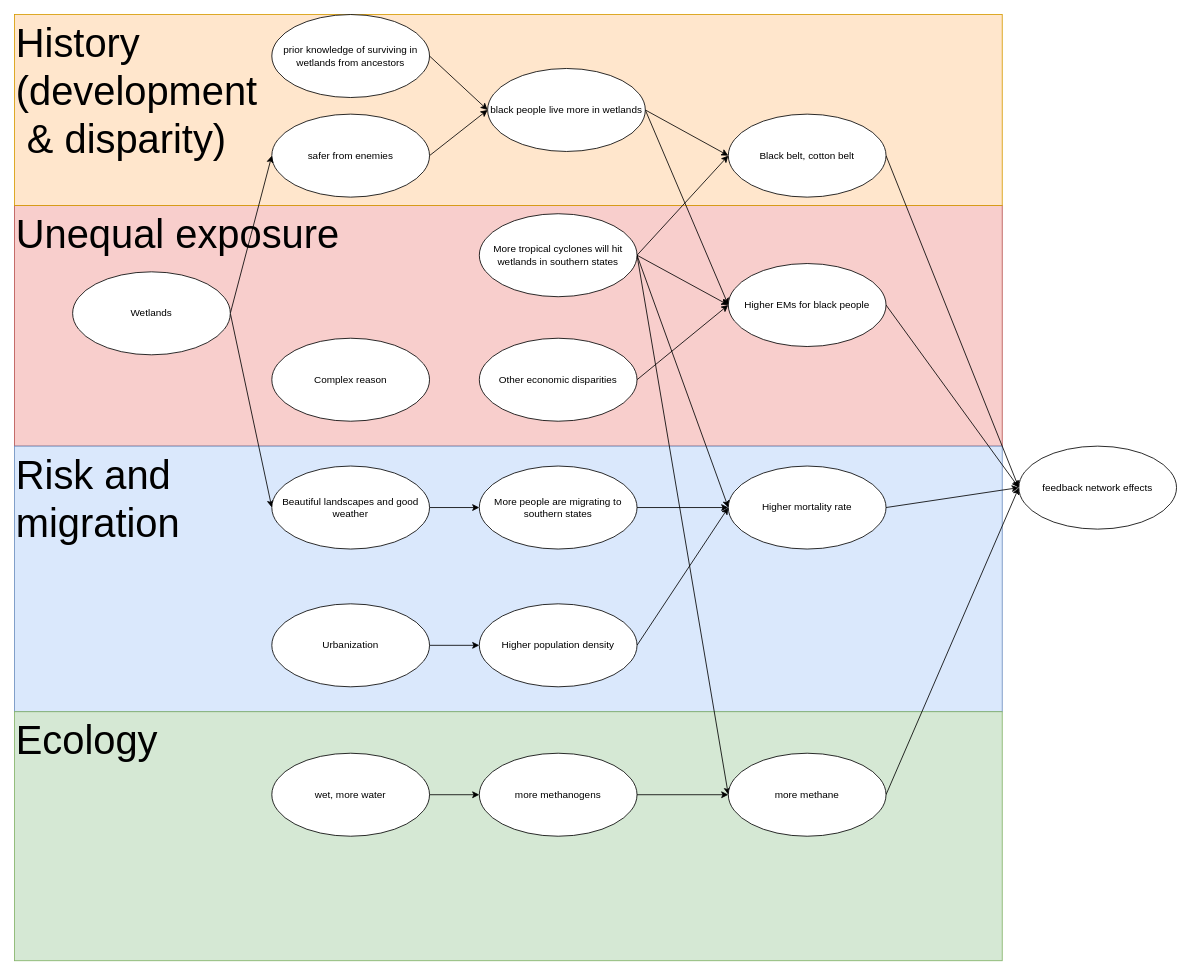
Earlier version of the draw.io diagram history and disparity.drawio (shawnguo327/Draw-io-cloud). Source tidied: cells renumbered, new cells numbered last; positions are measured from the earlier drawing's top-left corner, leaving out a move shared by most shapes. Both pictures are drawn from the tidied source at 83%, with x=0, y=0 at pixel (14, 14).
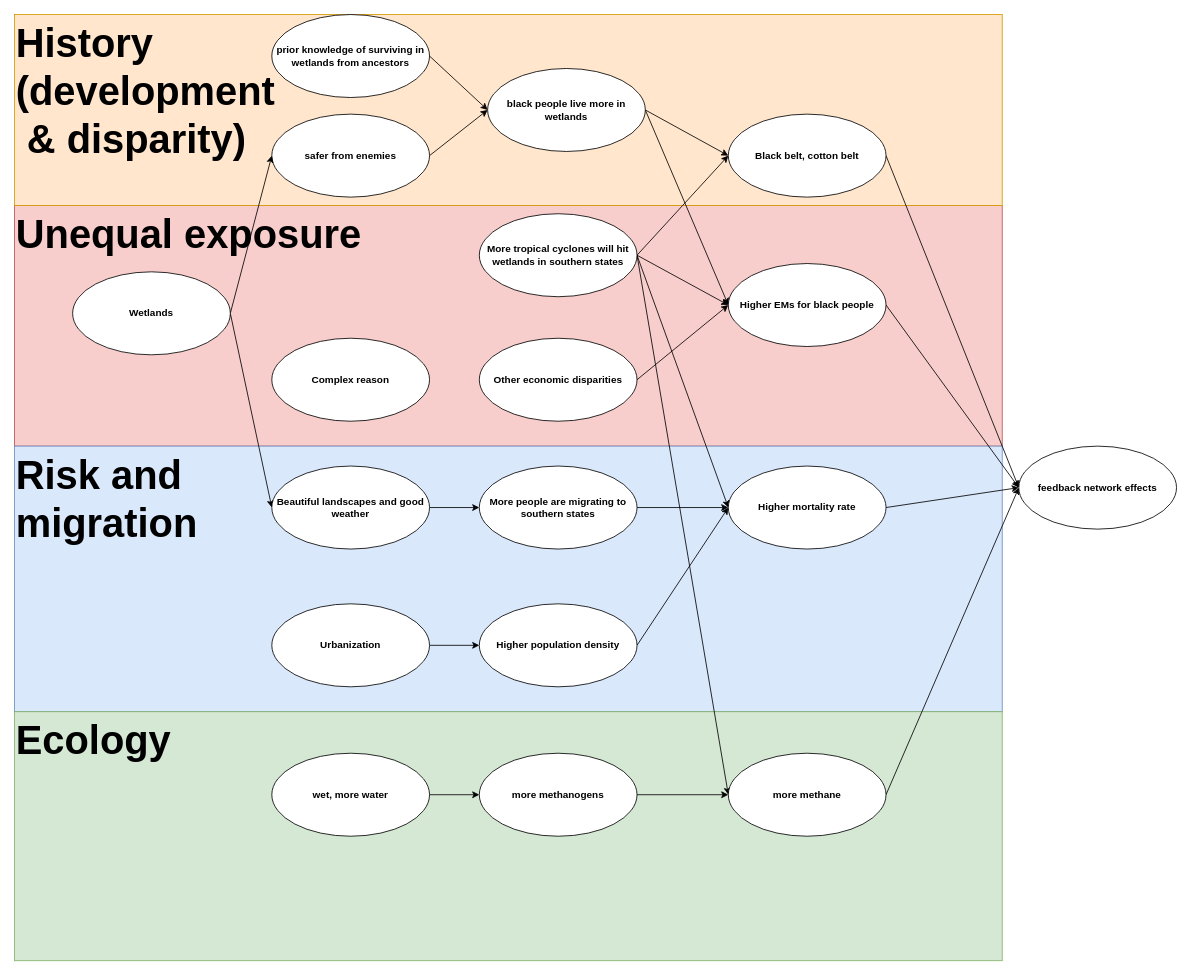
The same page after the edit.

Change to the diagram source:
```diff
@@
-    <mxCell id="2" value="&lt;span style=&quot;font-size: 48px;&quot;&gt;Unequal exposure&lt;/span&gt;" style="rounded=0;whiteSpace=wrap;html=1;fillColor=#f8cecc;strokeColor=#b85450;align=left;verticalAlign=top;" parent="1" vertex="1">
+    <mxCell id="2" value="&lt;span style=&quot;font-size: 48px;&quot;&gt;Unequal exposure&lt;/span&gt;" style="rounded=0;whiteSpace=wrap;html=1;fillColor=#f8cecc;strokeColor=#b85450;align=left;verticalAlign=top;fontStyle=1;" parent="1" vertex="1">
       <mxGeometry y="230" width="1190" height="290" as="geometry" />
     </mxCell>
-    <mxCell id="3" value="&lt;span style=&quot;font-size: 48px;&quot;&gt;Risk and&lt;/span&gt;&lt;div&gt;&lt;span style=&quot;font-size: 48px;&quot;&gt;migration&lt;/span&gt;&lt;/div&gt;" style="rounded=0;whiteSpace=wrap;html=1;fillColor=#dae8fc;strokeColor=#6c8ebf;align=left;verticalAlign=top;" parent="1" vertex="1">
+    <mxCell id="3" value="&lt;span style=&quot;font-size: 48px;&quot;&gt;Risk and&lt;/span&gt;&lt;div&gt;&lt;span style=&quot;font-size: 48px;&quot;&gt;migration&lt;/span&gt;&lt;/div&gt;" style="rounded=0;whiteSpace=wrap;html=1;fillColor=#dae8fc;strokeColor=#6c8ebf;align=left;verticalAlign=top;fontStyle=1;" parent="1" vertex="1">
       <mxGeometry y="520" width="1190" height="320" as="geometry" />
     </mxCell>
-    <mxCell id="4" value="&lt;font style=&quot;font-size: 48px;&quot;&gt;History&lt;/font&gt;&lt;div&gt;&lt;font style=&quot;font-size: 48px;&quot;&gt;(development&lt;/font&gt;&lt;/div&gt;&lt;div&gt;&lt;font style=&quot;font-size: 48px;&quot;&gt;&amp;nbsp;&amp;amp; disparity)&lt;/font&gt;&lt;/div&gt;" style="rounded=0;whiteSpace=wrap;html=1;fillColor=#ffe6cc;strokeColor=#d79b00;align=left;verticalAlign=top;" parent="1" vertex="1">
+    <mxCell id="4" value="&lt;font style=&quot;font-size: 48px;&quot;&gt;History&lt;/font&gt;&lt;div&gt;&lt;font style=&quot;font-size: 48px;&quot;&gt;(development&lt;/font&gt;&lt;/div&gt;&lt;div&gt;&lt;font style=&quot;font-size: 48px;&quot;&gt;&amp;nbsp;&amp;amp; disparity)&lt;/font&gt;&lt;/div&gt;" style="rounded=0;whiteSpace=wrap;html=1;fillColor=#ffe6cc;strokeColor=#d79b00;align=left;verticalAlign=top;fontStyle=1;" parent="1" vertex="1">
       <mxGeometry width="1190" height="230" as="geometry" />
     </mxCell>
-    <mxCell id="5" value="&lt;font style=&quot;font-size: 48px;&quot;&gt;Ecology&lt;/font&gt;" style="rounded=0;whiteSpace=wrap;html=1;fillColor=#d5e8d4;strokeColor=#82b366;align=left;verticalAlign=top;" parent="1" vertex="1">
+    <mxCell id="5" value="&lt;font style=&quot;font-size: 48px;&quot;&gt;Ecology&lt;/font&gt;" style="rounded=0;whiteSpace=wrap;html=1;fillColor=#d5e8d4;strokeColor=#82b366;align=left;verticalAlign=top;fontStyle=1;" parent="1" vertex="1">
       <mxGeometry y="840" width="1190" height="300" as="geometry" />
     </mxCell>
-    <mxCell id="6" style="edgeStyle=none;rounded=0;jettySize=auto;html=1;exitX=1;exitY=0.5;exitDx=0;exitDy=0;entryX=0;entryY=0.5;entryDx=0;entryDy=0;" parent="1" edge="1" source="8" target="17">
+    <mxCell id="6" style="edgeStyle=none;rounded=0;jettySize=auto;html=1;exitX=1;exitY=0.5;exitDx=0;exitDy=0;entryX=0;entryY=0.5;entryDx=0;entryDy=0;fontStyle=1;" parent="1" edge="1" source="8" target="17">
       <mxGeometry relative="1" as="geometry" />
     </mxCell>
-    <mxCell id="7" style="edgeStyle=none;rounded=0;jettySize=auto;html=1;exitX=1;exitY=0.5;exitDx=0;exitDy=0;entryX=0;entryY=0.5;entryDx=0;entryDy=0;" parent="1" edge="1" source="8" target="19">
+    <mxCell id="7" style="edgeStyle=none;rounded=0;jettySize=auto;html=1;exitX=1;exitY=0.5;exitDx=0;exitDy=0;entryX=0;entryY=0.5;entryDx=0;entryDy=0;fontStyle=1;" parent="1" edge="1" source="8" target="19">
       <mxGeometry relative="1" as="geometry" />
     </mxCell>
-    <mxCell id="8" value="black people live more in wetlands" style="ellipse;whiteSpace=wrap;html=1;" parent="1" vertex="1">
+    <mxCell id="8" value="black people live more in wetlands" style="ellipse;whiteSpace=wrap;html=1;fontStyle=1;" parent="1" vertex="1">
       <mxGeometry x="570" y="65" width="190" height="100" as="geometry" />
     </mxCell>
-    <mxCell id="9" style="rounded=0;jettySize=auto;html=1;exitX=1;exitY=0.5;exitDx=0;exitDy=0;entryX=0;entryY=0.5;entryDx=0;entryDy=0;" parent="1" edge="1" source="13" target="17">
+    <mxCell id="9" style="rounded=0;jettySize=auto;html=1;exitX=1;exitY=0.5;exitDx=0;exitDy=0;entryX=0;entryY=0.5;entryDx=0;entryDy=0;fontStyle=1;" parent="1" edge="1" source="13" target="17">
       <mxGeometry relative="1" as="geometry" />
     </mxCell>
-    <mxCell id="10" style="edgeStyle=none;rounded=0;jettySize=auto;html=1;exitX=1;exitY=0.5;exitDx=0;exitDy=0;entryX=0;entryY=0.5;entryDx=0;entryDy=0;" parent="1" edge="1" source="13" target="19">
+    <mxCell id="10" style="edgeStyle=none;rounded=0;jettySize=auto;html=1;exitX=1;exitY=0.5;exitDx=0;exitDy=0;entryX=0;entryY=0.5;entryDx=0;entryDy=0;fontStyle=1;" parent="1" edge="1" source="13" target="19">
       <mxGeometry relative="1" as="geometry" />
     </mxCell>
-    <mxCell id="11" style="edgeStyle=none;rounded=0;jettySize=auto;html=1;exitX=1;exitY=0.5;exitDx=0;exitDy=0;entryX=0;entryY=0.5;entryDx=0;entryDy=0;" parent="1" edge="1" source="13" target="32">
+    <mxCell id="11" style="edgeStyle=none;rounded=0;jettySize=auto;html=1;exitX=1;exitY=0.5;exitDx=0;exitDy=0;entryX=0;entryY=0.5;entryDx=0;entryDy=0;fontStyle=1;" parent="1" edge="1" source="13" target="32">
       <mxGeometry relative="1" as="geometry" />
     </mxCell>
-    <mxCell id="12" style="edgeStyle=none;rounded=0;jettySize=auto;html=1;exitX=1;exitY=0.5;exitDx=0;exitDy=0;entryX=0;entryY=0.5;entryDx=0;entryDy=0;" parent="1" edge="1" source="13" target="37">
+    <mxCell id="12" style="edgeStyle=none;rounded=0;jettySize=auto;html=1;exitX=1;exitY=0.5;exitDx=0;exitDy=0;entryX=0;entryY=0.5;entryDx=0;entryDy=0;fontStyle=1;" parent="1" edge="1" source="13" target="37">
       <mxGeometry relative="1" as="geometry" />
     </mxCell>
-    <mxCell id="13" value="More tropical cyclones will hit wetlands in southern states" style="ellipse;whiteSpace=wrap;html=1;" parent="1" vertex="1">
+    <mxCell id="13" value="More tropical cyclones will hit wetlands in southern states" style="ellipse;whiteSpace=wrap;html=1;fontStyle=1;" parent="1" vertex="1">
       <mxGeometry x="560" y="240" width="190" height="100" as="geometry" />
     </mxCell>
-    <mxCell id="14" style="edgeStyle=none;rounded=0;jettySize=auto;html=1;exitX=1;exitY=0.5;exitDx=0;exitDy=0;entryX=0;entryY=0.5;entryDx=0;entryDy=0;" parent="1" edge="1" source="15" target="19">
+    <mxCell id="14" style="edgeStyle=none;rounded=0;jettySize=auto;html=1;exitX=1;exitY=0.5;exitDx=0;exitDy=0;entryX=0;entryY=0.5;entryDx=0;entryDy=0;fontStyle=1;" parent="1" edge="1" source="15" target="19">
       <mxGeometry relative="1" as="geometry" />
     </mxCell>
-    <mxCell id="15" value="Other economic disparities" style="ellipse;whiteSpace=wrap;html=1;" parent="1" vertex="1">
+    <mxCell id="15" value="Other economic disparities" style="ellipse;whiteSpace=wrap;html=1;fontStyle=1;" parent="1" vertex="1">
       <mxGeometry x="560" y="390" width="190" height="100" as="geometry" />
     </mxCell>
-    <mxCell id="16" style="edgeStyle=none;rounded=0;jettySize=auto;html=1;exitX=1;exitY=0.5;exitDx=0;exitDy=0;entryX=0;entryY=0.5;entryDx=0;entryDy=0;" parent="1" edge="1" source="17" target="42">
+    <mxCell id="16" style="edgeStyle=none;rounded=0;jettySize=auto;html=1;exitX=1;exitY=0.5;exitDx=0;exitDy=0;entryX=0;entryY=0.5;entryDx=0;entryDy=0;fontStyle=1;" parent="1" edge="1" source="17" target="42">
       <mxGeometry relative="1" as="geometry" />
     </mxCell>
-    <mxCell id="17" value="Black belt, cotton belt" style="ellipse;whiteSpace=wrap;html=1;" parent="1" vertex="1">
+    <mxCell id="17" value="Black belt, cotton belt" style="ellipse;whiteSpace=wrap;html=1;fontStyle=1;" parent="1" vertex="1">
       <mxGeometry x="860" y="120" width="190" height="100" as="geometry" />
     </mxCell>
-    <mxCell id="18" style="edgeStyle=none;rounded=0;jettySize=auto;html=1;exitX=1;exitY=0.5;exitDx=0;exitDy=0;entryX=0;entryY=0.5;entryDx=0;entryDy=0;" parent="1" edge="1" source="19" target="42">
+    <mxCell id="18" style="edgeStyle=none;rounded=0;jettySize=auto;html=1;exitX=1;exitY=0.5;exitDx=0;exitDy=0;entryX=0;entryY=0.5;entryDx=0;entryDy=0;fontStyle=1;" parent="1" edge="1" source="19" target="42">
       <mxGeometry relative="1" as="geometry" />
     </mxCell>
-    <mxCell id="19" value="Higher EMs for black people" style="ellipse;whiteSpace=wrap;html=1;" parent="1" vertex="1">
+    <mxCell id="19" value="Higher EMs for black people" style="ellipse;whiteSpace=wrap;html=1;fontStyle=1;" parent="1" vertex="1">
       <mxGeometry x="860" y="300" width="190" height="100" as="geometry" />
     </mxCell>
-    <mxCell id="20" style="edgeStyle=none;rounded=0;jettySize=auto;html=1;exitX=1;exitY=0.5;exitDx=0;exitDy=0;entryX=0;entryY=0.5;entryDx=0;entryDy=0;" parent="1" edge="1" source="21" target="8">
+    <mxCell id="20" style="edgeStyle=none;rounded=0;jettySize=auto;html=1;exitX=1;exitY=0.5;exitDx=0;exitDy=0;entryX=0;entryY=0.5;entryDx=0;entryDy=0;fontStyle=1;" parent="1" edge="1" source="21" target="8">
       <mxGeometry relative="1" as="geometry" />
     </mxCell>
-    <mxCell id="21" value="safer from enemies" style="ellipse;whiteSpace=wrap;html=1;" parent="1" vertex="1">
+    <mxCell id="21" value="safer from enemies" style="ellipse;whiteSpace=wrap;html=1;fontStyle=1;" parent="1" vertex="1">
       <mxGeometry x="310" y="120" width="190" height="100" as="geometry" />
     </mxCell>
-    <mxCell id="22" style="edgeStyle=none;rounded=0;jettySize=auto;html=1;exitX=1;exitY=0.5;exitDx=0;exitDy=0;entryX=0;entryY=0.5;entryDx=0;entryDy=0;" parent="1" edge="1" source="23" target="8">
+    <mxCell id="22" style="edgeStyle=none;rounded=0;jettySize=auto;html=1;exitX=1;exitY=0.5;exitDx=0;exitDy=0;entryX=0;entryY=0.5;entryDx=0;entryDy=0;fontStyle=1;" parent="1" edge="1" source="23" target="8">
       <mxGeometry relative="1" as="geometry" />
     </mxCell>
-    <mxCell id="23" value="prior knowledge of surviving in wetlands from ancestors" style="ellipse;whiteSpace=wrap;html=1;" parent="1" vertex="1">
+    <mxCell id="23" value="prior knowledge of surviving in wetlands from ancestors" style="ellipse;whiteSpace=wrap;html=1;fontStyle=1;" parent="1" vertex="1">
       <mxGeometry x="310" width="190" height="100" as="geometry" />
     </mxCell>
-    <mxCell id="24" style="edgeStyle=none;rounded=0;jettySize=auto;html=1;exitX=1;exitY=0.5;exitDx=0;exitDy=0;entryX=0;entryY=0.5;entryDx=0;entryDy=0;" parent="1" edge="1" source="26" target="21">
+    <mxCell id="24" style="edgeStyle=none;rounded=0;jettySize=auto;html=1;exitX=1;exitY=0.5;exitDx=0;exitDy=0;entryX=0;entryY=0.5;entryDx=0;entryDy=0;fontStyle=1;" parent="1" edge="1" source="26" target="21">
       <mxGeometry relative="1" as="geometry" />
     </mxCell>
-    <mxCell id="25" style="edgeStyle=none;rounded=0;jettySize=auto;html=1;exitX=1;exitY=0.5;exitDx=0;exitDy=0;entryX=0;entryY=0.5;entryDx=0;entryDy=0;" parent="1" edge="1" source="26" target="30">
+    <mxCell id="25" style="edgeStyle=none;rounded=0;jettySize=auto;html=1;exitX=1;exitY=0.5;exitDx=0;exitDy=0;entryX=0;entryY=0.5;entryDx=0;entryDy=0;fontStyle=1;" parent="1" edge="1" source="26" target="30">
       <mxGeometry relative="1" as="geometry" />
     </mxCell>
-    <mxCell id="26" value="Wetlands" style="ellipse;whiteSpace=wrap;html=1;" parent="1" vertex="1">
+    <mxCell id="26" value="Wetlands" style="ellipse;whiteSpace=wrap;html=1;fontStyle=1;" parent="1" vertex="1">
       <mxGeometry x="70" y="310" width="190" height="100" as="geometry" />
     </mxCell>
-    <mxCell id="27" style="edgeStyle=none;rounded=0;jettySize=auto;html=1;exitX=1;exitY=0.5;exitDx=0;exitDy=0;entryX=0;entryY=0.5;entryDx=0;entryDy=0;" parent="1" edge="1" source="28" target="32">
+    <mxCell id="27" style="edgeStyle=none;rounded=0;jettySize=auto;html=1;exitX=1;exitY=0.5;exitDx=0;exitDy=0;entryX=0;entryY=0.5;entryDx=0;entryDy=0;fontStyle=1;" parent="1" edge="1" source="28" target="32">
       <mxGeometry relative="1" as="geometry" />
     </mxCell>
-    <mxCell id="28" value="More people are migrating to southern states" style="ellipse;whiteSpace=wrap;html=1;" parent="1" vertex="1">
+    <mxCell id="28" value="More people are migrating to southern states" style="ellipse;whiteSpace=wrap;html=1;fontStyle=1;" parent="1" vertex="1">
       <mxGeometry x="560" y="544" width="190" height="100" as="geometry" />
     </mxCell>
-    <mxCell id="29" style="edgeStyle=none;rounded=0;jettySize=auto;html=1;exitX=1;exitY=0.5;exitDx=0;exitDy=0;entryX=0;entryY=0.5;entryDx=0;entryDy=0;" parent="1" edge="1" source="30" target="28">
+    <mxCell id="29" style="edgeStyle=none;rounded=0;jettySize=auto;html=1;exitX=1;exitY=0.5;exitDx=0;exitDy=0;entryX=0;entryY=0.5;entryDx=0;entryDy=0;fontStyle=1;" parent="1" edge="1" source="30" target="28">
       <mxGeometry relative="1" as="geometry" />
     </mxCell>
-    <mxCell id="30" value="Beautiful landscapes and good weather" style="ellipse;whiteSpace=wrap;html=1;" parent="1" vertex="1">
+    <mxCell id="30" value="Beautiful landscapes and good weather" style="ellipse;whiteSpace=wrap;html=1;fontStyle=1;" parent="1" vertex="1">
       <mxGeometry x="310" y="544" width="190" height="100" as="geometry" />
     </mxCell>
-    <mxCell id="31" style="edgeStyle=none;rounded=0;jettySize=auto;html=1;exitX=1;exitY=0.5;exitDx=0;exitDy=0;entryX=0;entryY=0.5;entryDx=0;entryDy=0;" parent="1" edge="1" source="32" target="42">
+    <mxCell id="31" style="edgeStyle=none;rounded=0;jettySize=auto;html=1;exitX=1;exitY=0.5;exitDx=0;exitDy=0;entryX=0;entryY=0.5;entryDx=0;entryDy=0;fontStyle=1;" parent="1" edge="1" source="32" target="42">
       <mxGeometry relative="1" as="geometry" />
     </mxCell>
-    <mxCell id="32" value="Higher mortality rate" style="ellipse;whiteSpace=wrap;html=1;" parent="1" vertex="1">
+    <mxCell id="32" value="Higher mortality rate" style="ellipse;whiteSpace=wrap;html=1;fontStyle=1;" parent="1" vertex="1">
       <mxGeometry x="860" y="544" width="190" height="100" as="geometry" />
     </mxCell>
-    <mxCell id="33" value="Complex reason" style="ellipse;whiteSpace=wrap;html=1;" parent="1" vertex="1">
+    <mxCell id="33" value="Complex reason" style="ellipse;whiteSpace=wrap;html=1;fontStyle=1;" parent="1" vertex="1">
       <mxGeometry x="310" y="390" width="190" height="100" as="geometry" />
     </mxCell>
-    <mxCell id="34" style="edgeStyle=none;rounded=0;jettySize=auto;html=1;exitX=1;exitY=0.5;exitDx=0;exitDy=0;entryX=0;entryY=0.5;entryDx=0;entryDy=0;" parent="1" edge="1" source="35" target="44">
+    <mxCell id="34" style="edgeStyle=none;rounded=0;jettySize=auto;html=1;exitX=1;exitY=0.5;exitDx=0;exitDy=0;entryX=0;entryY=0.5;entryDx=0;entryDy=0;fontStyle=1;" parent="1" edge="1" source="35" target="44">
       <mxGeometry relative="1" as="geometry" />
     </mxCell>
-    <mxCell id="35" value="Urbanization" style="ellipse;whiteSpace=wrap;html=1;" parent="1" vertex="1">
+    <mxCell id="35" value="Urbanization" style="ellipse;whiteSpace=wrap;html=1;fontStyle=1;" parent="1" vertex="1">
       <mxGeometry x="310" y="710" width="190" height="100" as="geometry" />
     </mxCell>
-    <mxCell id="36" style="edgeStyle=none;rounded=0;jettySize=auto;html=1;exitX=1;exitY=0.5;exitDx=0;exitDy=0;entryX=0;entryY=0.5;entryDx=0;entryDy=0;" parent="1" edge="1" source="37" target="42">
+    <mxCell id="36" style="edgeStyle=none;rounded=0;jettySize=auto;html=1;exitX=1;exitY=0.5;exitDx=0;exitDy=0;entryX=0;entryY=0.5;entryDx=0;entryDy=0;fontStyle=1;" parent="1" edge="1" source="37" target="42">
       <mxGeometry relative="1" as="geometry" />
     </mxCell>
-    <mxCell id="37" value="more methane" style="ellipse;whiteSpace=wrap;html=1;" parent="1" vertex="1">
+    <mxCell id="37" value="more methane" style="ellipse;whiteSpace=wrap;html=1;fontStyle=1;" parent="1" vertex="1">
       <mxGeometry x="860" y="890" width="190" height="100" as="geometry" />
     </mxCell>
-    <mxCell id="38" style="edgeStyle=none;rounded=0;jettySize=auto;html=1;exitX=1;exitY=0.5;exitDx=0;exitDy=0;entryX=0;entryY=0.5;entryDx=0;entryDy=0;" parent="1" edge="1" source="39" target="37">
+    <mxCell id="38" style="edgeStyle=none;rounded=0;jettySize=auto;html=1;exitX=1;exitY=0.5;exitDx=0;exitDy=0;entryX=0;entryY=0.5;entryDx=0;entryDy=0;fontStyle=1;" parent="1" edge="1" source="39" target="37">
       <mxGeometry relative="1" as="geometry" />
     </mxCell>
-    <mxCell id="39" value="more methanogens" style="ellipse;whiteSpace=wrap;html=1;" parent="1" vertex="1">
+    <mxCell id="39" value="more methanogens" style="ellipse;whiteSpace=wrap;html=1;fontStyle=1;" parent="1" vertex="1">
       <mxGeometry x="560" y="890" width="190" height="100" as="geometry" />
     </mxCell>
-    <mxCell id="40" style="edgeStyle=none;rounded=0;jettySize=auto;html=1;exitX=1;exitY=0.5;exitDx=0;exitDy=0;entryX=0;entryY=0.5;entryDx=0;entryDy=0;" parent="1" edge="1" source="41" target="39">
+    <mxCell id="40" style="edgeStyle=none;rounded=0;jettySize=auto;html=1;exitX=1;exitY=0.5;exitDx=0;exitDy=0;entryX=0;entryY=0.5;entryDx=0;entryDy=0;fontStyle=1;" parent="1" edge="1" source="41" target="39">
       <mxGeometry relative="1" as="geometry" />
     </mxCell>
-    <mxCell id="41" value="wet, more water" style="ellipse;whiteSpace=wrap;html=1;" parent="1" vertex="1">
+    <mxCell id="41" value="wet, more water" style="ellipse;whiteSpace=wrap;html=1;fontStyle=1;" parent="1" vertex="1">
       <mxGeometry x="310" y="890" width="190" height="100" as="geometry" />
     </mxCell>
-    <mxCell id="42" value="feedback network effects" style="ellipse;whiteSpace=wrap;html=1;" parent="1" vertex="1">
+    <mxCell id="42" value="feedback network effects" style="ellipse;whiteSpace=wrap;html=1;fontStyle=1;" parent="1" vertex="1">
       <mxGeometry x="1210" y="520" width="190" height="100" as="geometry" />
     </mxCell>
-    <mxCell id="43" style="edgeStyle=none;rounded=0;jettySize=auto;html=1;exitX=1;exitY=0.5;exitDx=0;exitDy=0;entryX=0;entryY=0.5;entryDx=0;entryDy=0;" parent="1" edge="1" source="44" target="32">
+    <mxCell id="43" style="edgeStyle=none;rounded=0;jettySize=auto;html=1;exitX=1;exitY=0.5;exitDx=0;exitDy=0;entryX=0;entryY=0.5;entryDx=0;entryDy=0;fontStyle=1;" parent="1" edge="1" source="44" target="32">
       <mxGeometry relative="1" as="geometry" />
     </mxCell>
-    <mxCell id="44" value="Higher population density" style="ellipse;whiteSpace=wrap;html=1;" parent="1" vertex="1">
+    <mxCell id="44" value="Higher population density" style="ellipse;whiteSpace=wrap;html=1;fontStyle=1;" parent="1" vertex="1">
       <mxGeometry x="560" y="710" width="190" height="100" as="geometry" />
     </mxCell>
```
